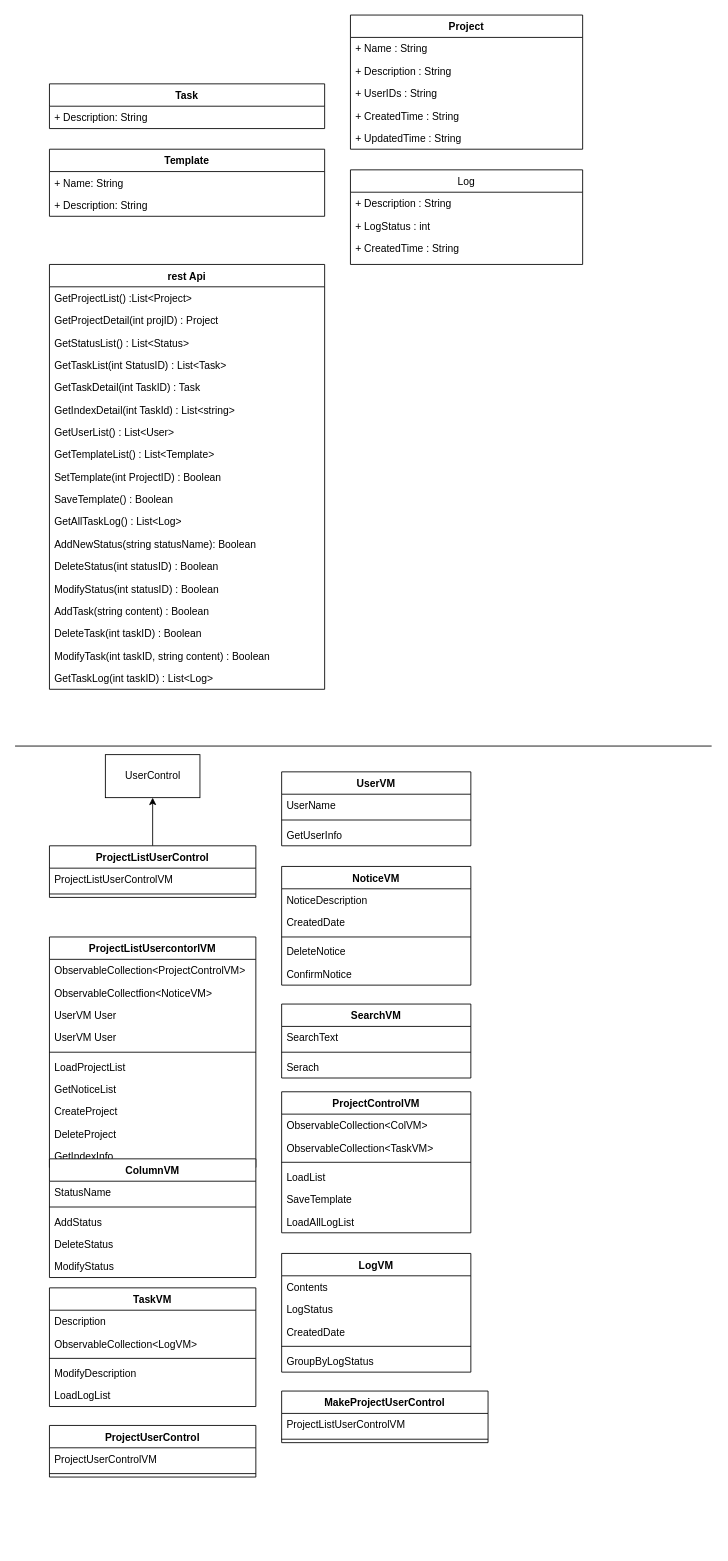
The draw.io diagram Untitled Diagram.drawio in InsoooooooooJANG/TIL, before the edit. Source tidied: cells renumbered, new cells numbered last; positions are measured from the earlier drawing's top-left corner, leaving out a move shared by most shapes. Both pictures are drawn from the tidied source at 86%, with x=0, y=0 at pixel (15, 15).
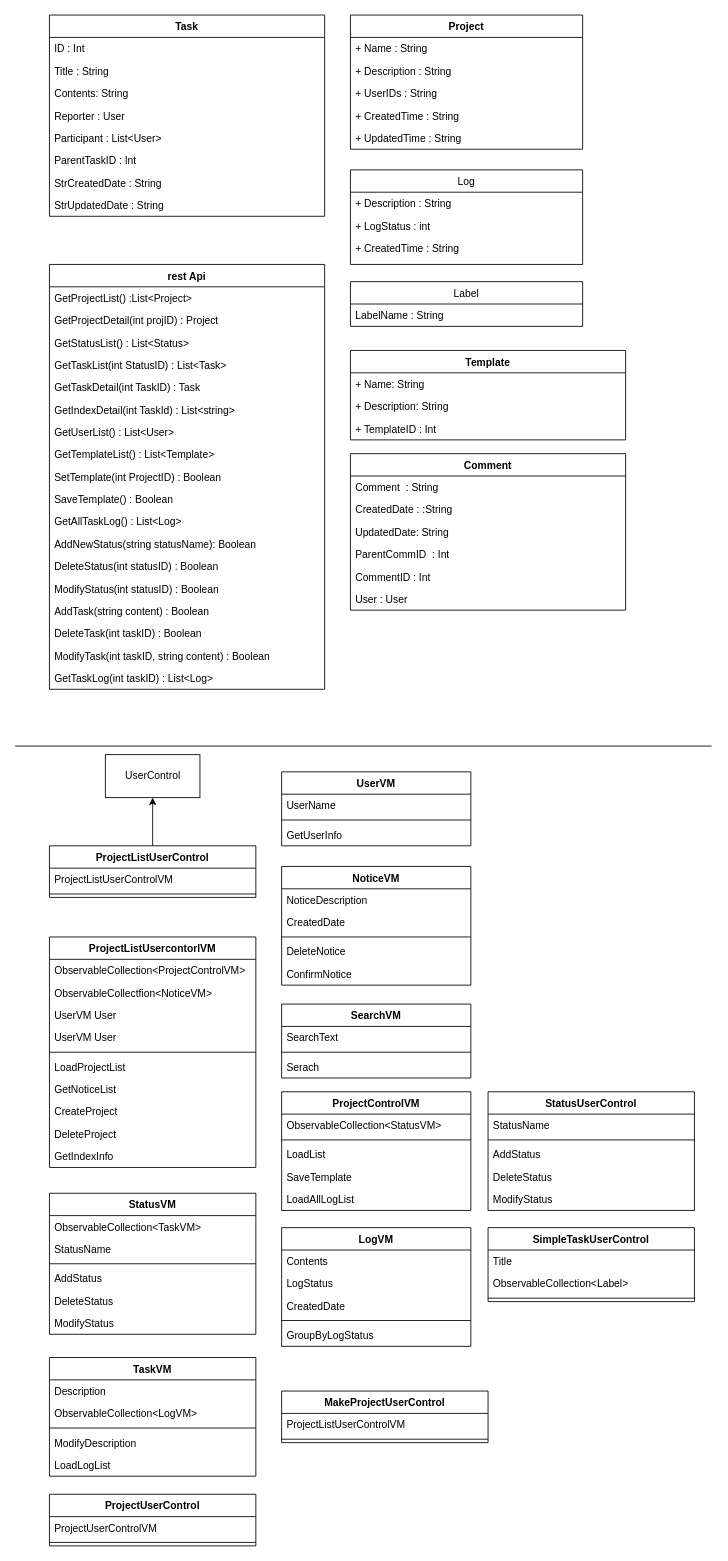
The same page after the edit.

The edit, as a diff of the source:
```diff
@@
     <mxCell id="2" value="Template" style="swimlane;fontStyle=1;align=center;verticalAlign=top;horizontal=1;startSize=26;" parent="1" vertex="1">
-      <mxGeometry x="40" y="156" width="320" height="78" as="geometry" />
+      <mxGeometry x="390" y="390" width="320" height="104" as="geometry" />
     </mxCell>
@@
+    <mxCell id="98" value="+ TemplateID : Int" style="text;strokeColor=none;fillColor=none;align=left;verticalAlign=top;spacingLeft=4;spacingRight=4;overflow=hidden;" parent="2" vertex="1">
+      <mxGeometry y="78" width="320" height="26" as="geometry" />
+    </mxCell>
     <mxCell id="5" value="Task" style="swimlane;fontStyle=1;align=center;verticalAlign=top;horizontal=1;startSize=26;" parent="1" vertex="1">
-      <mxGeometry x="40" y="80" width="320" height="52" as="geometry" />
+      <mxGeometry x="40" width="320" height="234" as="geometry" />
     </mxCell>
+    <mxCell id="99" value="ID : Int" style="text;strokeColor=none;fillColor=none;align=left;verticalAlign=top;spacingLeft=4;spacingRight=4;overflow=hidden;" parent="5" vertex="1">
+      <mxGeometry y="26" width="320" height="26" as="geometry" />
+    </mxCell>
-    <mxCell id="6" value="+ Description: String" style="text;strokeColor=none;fillColor=none;align=left;verticalAlign=top;spacingLeft=4;spacingRight=4;overflow=hidden;" parent="5" vertex="1">
-      <mxGeometry y="26" width="320" height="26" as="geometry" />
+    <mxCell id="6" value="Title : String" style="text;strokeColor=none;fillColor=none;align=left;verticalAlign=top;spacingLeft=4;spacingRight=4;overflow=hidden;" parent="5" vertex="1">
+      <mxGeometry y="52" width="320" height="26" as="geometry" />
     </mxCell>
+    <mxCell id="100" value="Contents: String" style="text;strokeColor=none;fillColor=none;align=left;verticalAlign=top;spacingLeft=4;spacingRight=4;overflow=hidden;" parent="5" vertex="1">
+      <mxGeometry y="78" width="320" height="26" as="geometry" />
+    </mxCell>
+    <mxCell id="101" value="Reporter : User" style="text;strokeColor=none;fillColor=none;align=left;verticalAlign=top;spacingLeft=4;spacingRight=4;overflow=hidden;" parent="5" vertex="1">
+      <mxGeometry y="104" width="320" height="26" as="geometry" />
+    </mxCell>
+    <mxCell id="102" value="Participant : List&lt;User&gt;" style="text;strokeColor=none;fillColor=none;align=left;verticalAlign=top;spacingLeft=4;spacingRight=4;overflow=hidden;" parent="5" vertex="1">
+      <mxGeometry y="130" width="320" height="26" as="geometry" />
+    </mxCell>
+    <mxCell id="103" value="ParentTaskID : Int" style="text;strokeColor=none;fillColor=none;align=left;verticalAlign=top;spacingLeft=4;spacingRight=4;overflow=hidden;" parent="5" vertex="1">
+      <mxGeometry y="156" width="320" height="26" as="geometry" />
+    </mxCell>
+    <mxCell id="104" value="StrCreatedDate : String" style="text;strokeColor=none;fillColor=none;align=left;verticalAlign=top;spacingLeft=4;spacingRight=4;overflow=hidden;" parent="5" vertex="1">
+      <mxGeometry y="182" width="320" height="26" as="geometry" />
+    </mxCell>
+    <mxCell id="105" value="StrUpdatedDate : String" style="text;strokeColor=none;fillColor=none;align=left;verticalAlign=top;spacingLeft=4;spacingRight=4;overflow=hidden;" parent="5" vertex="1">
+      <mxGeometry y="208" width="320" height="26" as="geometry" />
+    </mxCell>
@@
-    <mxCell id="50" value="ColumnVM" style="swimlane;fontStyle=1;align=center;verticalAlign=top;horizontal=1;startSize=26;" parent="1" vertex="1">
-      <mxGeometry x="40" y="1330" width="240" height="138" as="geometry" />
+    <mxCell id="50" value="StatusVM" style="swimlane;fontStyle=1;align=center;verticalAlign=top;horizontal=1;startSize=26;" parent="1" vertex="1">
+      <mxGeometry x="40" y="1370" width="240" height="164" as="geometry" />
     </mxCell>
+    <mxCell id="62" value="ObservableCollection&lt;TaskVM&gt;" style="text;strokeColor=none;fillColor=none;align=left;verticalAlign=top;spacingLeft=4;spacingRight=4;overflow=hidden;" parent="50" vertex="1">
+      <mxGeometry y="26" width="240" height="26" as="geometry" />
+    </mxCell>
     <mxCell id="51" value="StatusName" style="text;strokeColor=none;fillColor=none;align=left;verticalAlign=top;spacingLeft=4;spacingRight=4;overflow=hidden;" parent="50" vertex="1">
-      <mxGeometry y="26" width="240" height="26" as="geometry" />
+      <mxGeometry y="52" width="240" height="26" as="geometry" />
     </mxCell>
     <mxCell id="52" style="line;strokeWidth=1;fillColor=none;align=left;verticalAlign=middle;spacingTop=-1;spacingLeft=3;spacingRight=3;labelPosition=right;" parent="50" vertex="1">
-      <mxGeometry y="52" width="240" height="8" as="geometry" />
+      <mxGeometry y="78" width="240" height="8" as="geometry" />
     </mxCell>
     <mxCell id="53" value="AddStatus" style="text;strokeColor=none;fillColor=none;align=left;verticalAlign=top;spacingLeft=4;spacingRight=4;overflow=hidden;" parent="50" vertex="1">
-      <mxGeometry y="60" width="240" height="26" as="geometry" />
+      <mxGeometry y="86" width="240" height="26" as="geometry" />
     </mxCell>
     <mxCell id="54" value="DeleteStatus" style="text;strokeColor=none;fillColor=none;align=left;verticalAlign=top;spacingLeft=4;spacingRight=4;overflow=hidden;" parent="50" vertex="1">
-      <mxGeometry y="86" width="240" height="26" as="geometry" />
+      <mxGeometry y="112" width="240" height="26" as="geometry" />
     </mxCell>
     <mxCell id="55" value="ModifyStatus" style="text;strokeColor=none;fillColor=none;align=left;verticalAlign=top;spacingLeft=4;spacingRight=4;overflow=hidden;" parent="50" vertex="1">
-      <mxGeometry y="112" width="240" height="26" as="geometry" />
+      <mxGeometry y="138" width="240" height="26" as="geometry" />
     </mxCell>
@@
     <mxCell id="60" value="ProjectControlVM" style="swimlane;fontStyle=1;align=center;verticalAlign=top;horizontal=1;startSize=26;" parent="1" vertex="1">
-      <mxGeometry x="310" y="1252" width="220" height="164" as="geometry" />
+      <mxGeometry x="310" y="1252" width="220" height="138" as="geometry" />
     </mxCell>
-    <mxCell id="61" value="ObservableCollection&lt;ColVM&gt;" style="text;strokeColor=none;fillColor=none;align=left;verticalAlign=top;spacingLeft=4;spacingRight=4;overflow=hidden;" parent="60" vertex="1">
+    <mxCell id="61" value="ObservableCollection&lt;StatusVM&gt;" style="text;strokeColor=none;fillColor=none;align=left;verticalAlign=top;spacingLeft=4;spacingRight=4;overflow=hidden;" parent="60" vertex="1">
       <mxGeometry y="26" width="220" height="26" as="geometry" />
     </mxCell>
-    <mxCell id="62" value="ObservableCollection&lt;TaskVM&gt;" style="text;strokeColor=none;fillColor=none;align=left;verticalAlign=top;spacingLeft=4;spacingRight=4;overflow=hidden;" parent="60" vertex="1">
-      <mxGeometry y="52" width="220" height="26" as="geometry" />
-    </mxCell>
     <mxCell id="63" style="line;strokeWidth=1;fillColor=none;align=left;verticalAlign=middle;spacingTop=-1;spacingLeft=3;spacingRight=3;labelPosition=right;" parent="60" vertex="1">
-      <mxGeometry y="78" width="220" height="8" as="geometry" />
+      <mxGeometry y="52" width="220" height="8" as="geometry" />
     </mxCell>
     <mxCell id="64" value="LoadList" style="text;strokeColor=none;fillColor=none;align=left;verticalAlign=top;spacingLeft=4;spacingRight=4;overflow=hidden;" parent="60" vertex="1">
-      <mxGeometry y="86" width="220" height="26" as="geometry" />
+      <mxGeometry y="60" width="220" height="26" as="geometry" />
     </mxCell>
     <mxCell id="65" value="SaveTemplate" style="text;strokeColor=none;fillColor=none;align=left;verticalAlign=top;spacingLeft=4;spacingRight=4;overflow=hidden;" parent="60" vertex="1">
-      <mxGeometry y="112" width="220" height="26" as="geometry" />
+      <mxGeometry y="86" width="220" height="26" as="geometry" />
     </mxCell>
     <mxCell id="66" value="LoadAllLogList" style="text;strokeColor=none;fillColor=none;align=left;verticalAlign=top;spacingLeft=4;spacingRight=4;overflow=hidden;" parent="60" vertex="1">
-      <mxGeometry y="138" width="220" height="26" as="geometry" />
+      <mxGeometry y="112" width="220" height="26" as="geometry" />
     </mxCell>
@@
     <mxCell id="77" value="TaskVM" style="swimlane;fontStyle=1;align=center;verticalAlign=top;horizontal=1;startSize=26;" parent="1" vertex="1">
-      <mxGeometry x="40" y="1480" width="240" height="138" as="geometry" />
+      <mxGeometry x="40" y="1561" width="240" height="138" as="geometry" />
     </mxCell>
@@
     <mxCell id="83" value="LogVM" style="swimlane;fontStyle=1;align=center;verticalAlign=top;horizontal=1;startSize=26;" parent="1" vertex="1">
-      <mxGeometry x="310" y="1440" width="220" height="138" as="geometry" />
+      <mxGeometry x="310" y="1410" width="220" height="138" as="geometry" />
     </mxCell>
@@
     <mxCell id="92" value="ProjectUserControl" style="swimlane;fontStyle=1;align=center;verticalAlign=top;horizontal=1;startSize=26;" parent="1" vertex="1">
-      <mxGeometry x="40" y="1640" width="240" height="60" as="geometry" />
+      <mxGeometry x="40" y="1720" width="240" height="60" as="geometry" />
     </mxCell>
@@
+    <mxCell id="106" value="StatusUserControl" style="swimlane;fontStyle=1;align=center;verticalAlign=top;horizontal=1;startSize=26;" parent="1" vertex="1">
+      <mxGeometry x="550" y="1252" width="240" height="138" as="geometry" />
+    </mxCell>
+    <mxCell id="107" value="StatusName" style="text;strokeColor=none;fillColor=none;align=left;verticalAlign=top;spacingLeft=4;spacingRight=4;overflow=hidden;" parent="106" vertex="1">
+      <mxGeometry y="26" width="240" height="26" as="geometry" />
+    </mxCell>
+    <mxCell id="108" style="line;strokeWidth=1;fillColor=none;align=left;verticalAlign=middle;spacingTop=-1;spacingLeft=3;spacingRight=3;labelPosition=right;" parent="106" vertex="1">
+      <mxGeometry y="52" width="240" height="8" as="geometry" />
+    </mxCell>
+    <mxCell id="109" value="AddStatus" style="text;strokeColor=none;fillColor=none;align=left;verticalAlign=top;spacingLeft=4;spacingRight=4;overflow=hidden;" parent="106" vertex="1">
+      <mxGeometry y="60" width="240" height="26" as="geometry" />
+    </mxCell>
+    <mxCell id="110" value="DeleteStatus" style="text;strokeColor=none;fillColor=none;align=left;verticalAlign=top;spacingLeft=4;spacingRight=4;overflow=hidden;" parent="106" vertex="1">
+      <mxGeometry y="86" width="240" height="26" as="geometry" />
+    </mxCell>
+    <mxCell id="111" value="ModifyStatus" style="text;strokeColor=none;fillColor=none;align=left;verticalAlign=top;spacingLeft=4;spacingRight=4;overflow=hidden;" parent="106" vertex="1">
+      <mxGeometry y="112" width="240" height="26" as="geometry" />
+    </mxCell>
+    <mxCell id="112" value="SimpleTaskUserControl" style="swimlane;fontStyle=1;align=center;verticalAlign=top;horizontal=1;startSize=26;" parent="1" vertex="1">
+      <mxGeometry x="550" y="1410" width="240" height="86" as="geometry" />
+    </mxCell>
+    <mxCell id="113" value="Title" style="text;strokeColor=none;fillColor=none;align=left;verticalAlign=top;spacingLeft=4;spacingRight=4;overflow=hidden;" parent="112" vertex="1">
+      <mxGeometry y="26" width="240" height="26" as="geometry" />
+    </mxCell>
+    <mxCell id="114" value="ObservableCollection&lt;Label&gt;" style="text;strokeColor=none;fillColor=none;align=left;verticalAlign=top;spacingLeft=4;spacingRight=4;overflow=hidden;" parent="112" vertex="1">
+      <mxGeometry y="52" width="240" height="26" as="geometry" />
+    </mxCell>
+    <mxCell id="115" style="line;strokeWidth=1;fillColor=none;align=left;verticalAlign=middle;spacingTop=-1;spacingLeft=3;spacingRight=3;labelPosition=right;" parent="112" vertex="1">
+      <mxGeometry y="78" width="240" height="8" as="geometry" />
+    </mxCell>
+    <mxCell id="116" value="Label" style="swimlane;fontStyle=0;horizontal=1;startSize=26;fillColor=none;" parent="1" vertex="1">
+      <mxGeometry x="390" y="310" width="270" height="52" as="geometry" />
+    </mxCell>
+    <mxCell id="117" value="LabelName : String" style="text;strokeColor=none;fillColor=none;align=left;verticalAlign=top;spacingLeft=4;spacingRight=4;overflow=hidden;" parent="116" vertex="1">
+      <mxGeometry y="26" width="270" height="26" as="geometry" />
+    </mxCell>
+    <mxCell id="118" value="Comment" style="swimlane;fontStyle=1;align=center;verticalAlign=top;horizontal=1;startSize=26;" parent="1" vertex="1">
+      <mxGeometry x="390" y="510" width="320" height="182" as="geometry" />
+    </mxCell>
+    <mxCell id="119" value="Comment  : String" style="text;strokeColor=none;fillColor=none;align=left;verticalAlign=top;spacingLeft=4;spacingRight=4;overflow=hidden;" parent="118" vertex="1">
+      <mxGeometry y="26" width="320" height="26" as="geometry" />
+    </mxCell>
+    <mxCell id="120" value="CreatedDate : :String" style="text;strokeColor=none;fillColor=none;align=left;verticalAlign=top;spacingLeft=4;spacingRight=4;overflow=hidden;" parent="118" vertex="1">
+      <mxGeometry y="52" width="320" height="26" as="geometry" />
+    </mxCell>
+    <mxCell id="121" value="UpdatedDate: String" style="text;strokeColor=none;fillColor=none;align=left;verticalAlign=top;spacingLeft=4;spacingRight=4;overflow=hidden;" parent="118" vertex="1">
+      <mxGeometry y="78" width="320" height="26" as="geometry" />
+    </mxCell>
+    <mxCell id="122" value="ParentCommID  : Int" style="text;strokeColor=none;fillColor=none;align=left;verticalAlign=top;spacingLeft=4;spacingRight=4;overflow=hidden;" parent="118" vertex="1">
+      <mxGeometry y="104" width="320" height="26" as="geometry" />
+    </mxCell>
+    <mxCell id="123" value="CommentID : Int" style="text;strokeColor=none;fillColor=none;align=left;verticalAlign=top;spacingLeft=4;spacingRight=4;overflow=hidden;" parent="118" vertex="1">
+      <mxGeometry y="130" width="320" height="26" as="geometry" />
+    </mxCell>
+    <mxCell id="124" value="User : User" style="text;strokeColor=none;fillColor=none;align=left;verticalAlign=top;spacingLeft=4;spacingRight=4;overflow=hidden;" parent="118" vertex="1">
+      <mxGeometry y="156" width="320" height="26" as="geometry" />
+    </mxCell>
```
